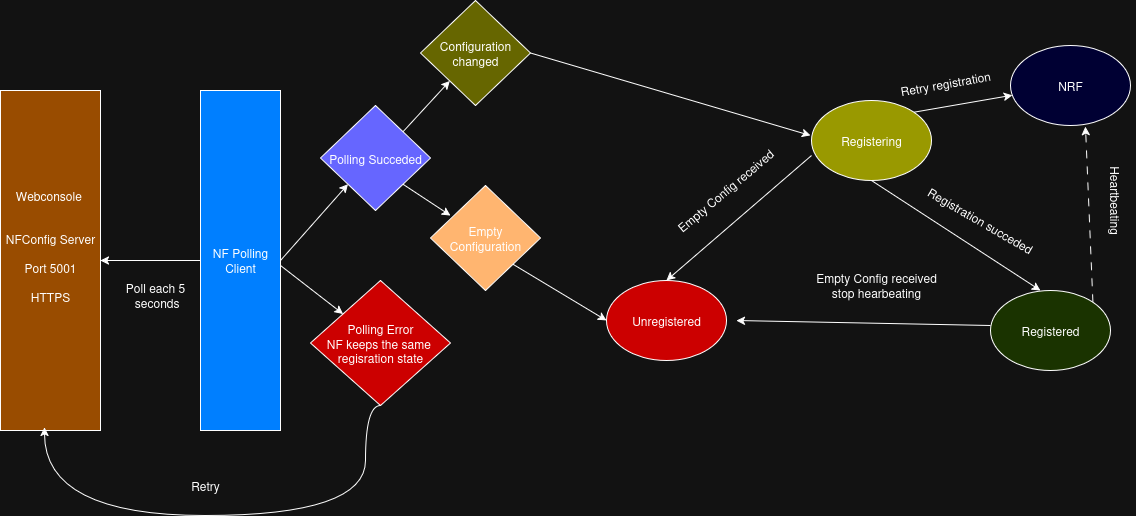
omec-project/udm keeps this draw.io diagram as docs/images/README-UDM.png. Above is the earlier version. Source tidied: cells renumbered, new cells last; positions are measured from the earlier drawing's top-left corner, leaving out a move shared by most shapes.
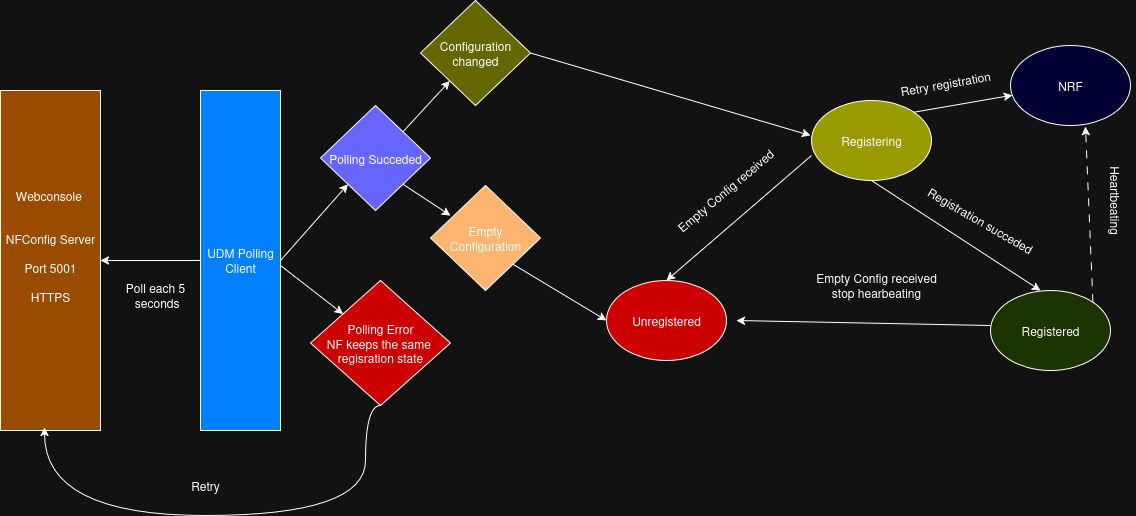
After the commit.

Commit message:
chore: replace NF with UDM

The edit, as a diff of the source:
```diff
@@ -47,7 +47,7 @@
     <mxCell id="15" style="rounded=0;jettySize=auto;html=1;exitX=1;exitY=0.5;exitDx=0;exitDy=0;entryX=0;entryY=1;entryDx=0;entryDy=0;" parent="1" edge="1" source="16" target="23">
       <mxGeometry relative="1" as="geometry" />
     </mxCell>
-    <mxCell id="16" value="&lt;div&gt;NF Polling&lt;/div&gt;&lt;div&gt;Client&lt;/div&gt;" style="whiteSpace=wrap;html=1;fillColor=light-dark(#FFFFFF,#007FFF);" parent="1" vertex="1">
+    <mxCell id="16" value="&lt;div&gt;UDM Polling&lt;/div&gt;&lt;div&gt;Client&lt;/div&gt;" style="whiteSpace=wrap;html=1;fillColor=light-dark(#FFFFFF,#007FFF);" parent="1" vertex="1">
       <mxGeometry x="200" y="90" width="80" height="340" as="geometry" />
     </mxCell>
     <mxCell id="17" value="&lt;div&gt;Poll each 5&lt;/div&gt;&lt;div&gt;&amp;nbsp;seconds&lt;/div&gt;" style="text;strokeColor=none;align=center;fillColor=none;html=1;verticalAlign=middle;whiteSpace=wrap;rounded=0;rotation=0;" parent="1" vertex="1">
```
